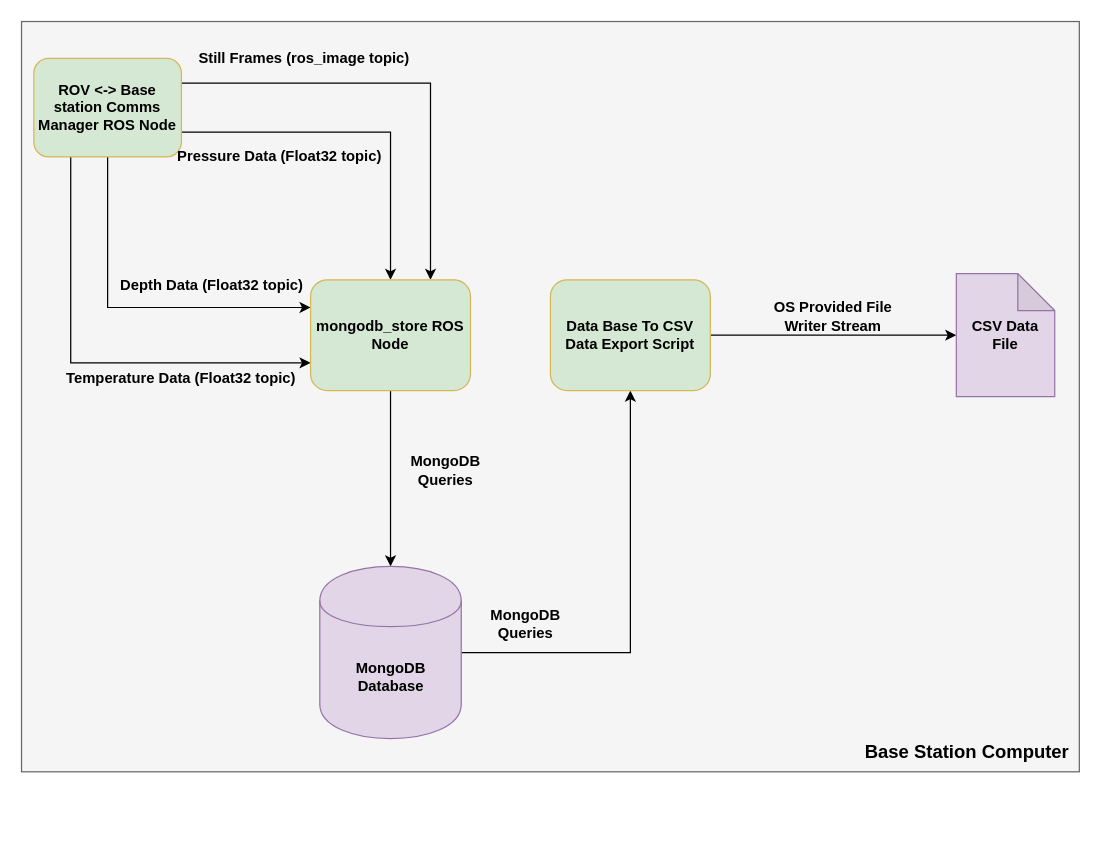
sherrardTr4129/RIT-MSD-Finger-Lakes-ROV keeps this draw.io diagram as docs/architecture/DataArchival.drawio. Above is the earlier version. Source tidied: cells renumbered, new cells numbered last; positions are measured from the earlier drawing's top-left corner, leaving out a move shared by most shapes. Both pictures are drawn from the tidied source at 123%, with x=0, y=0 at pixel (21, 21).
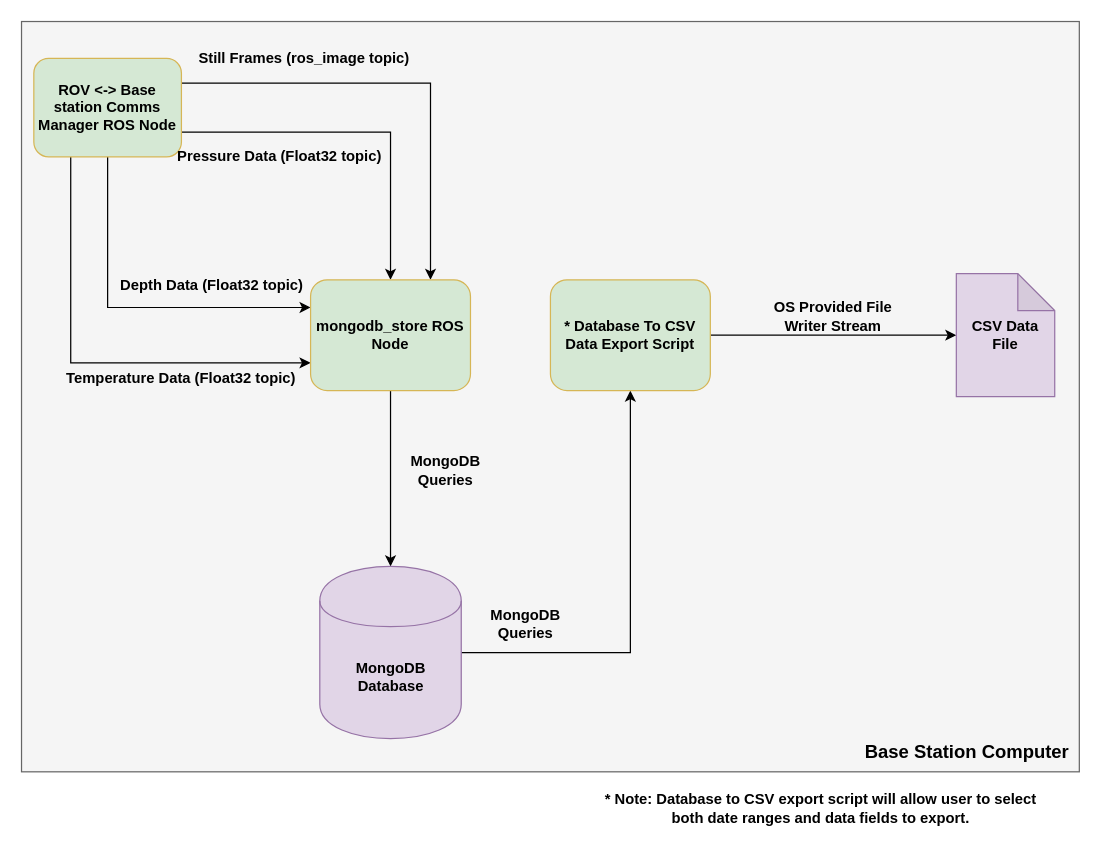
The same page after the edit.

Change to the diagram source:
```diff
@@
-    <mxCell id="14" value="Data Base To CSV Data Export Script" style="rounded=1;whiteSpace=wrap;html=1;fillColor=#D5E8D4;strokeColor=#d6b656;fontStyle=1;" parent="1" vertex="1">
+    <mxCell id="14" value="* Database To CSV Data Export Script" style="rounded=1;whiteSpace=wrap;html=1;fillColor=#D5E8D4;strokeColor=#d6b656;fontStyle=1;" parent="1" vertex="1">
       <mxGeometry x="430" y="210" width="130" height="90" as="geometry" />
     </mxCell>
@@
+    <mxCell id="23" value="&lt;b&gt;* Note: Database to CSV export script will allow user to select both date ranges and data fields to export.&lt;/b&gt;" style="text;html=1;strokeColor=none;fillColor=none;align=center;verticalAlign=middle;whiteSpace=wrap;rounded=0;fontSize=12;" parent="1" vertex="1">
+      <mxGeometry x="470" y="630" width="360" height="20" as="geometry" />
+    </mxCell>
```
